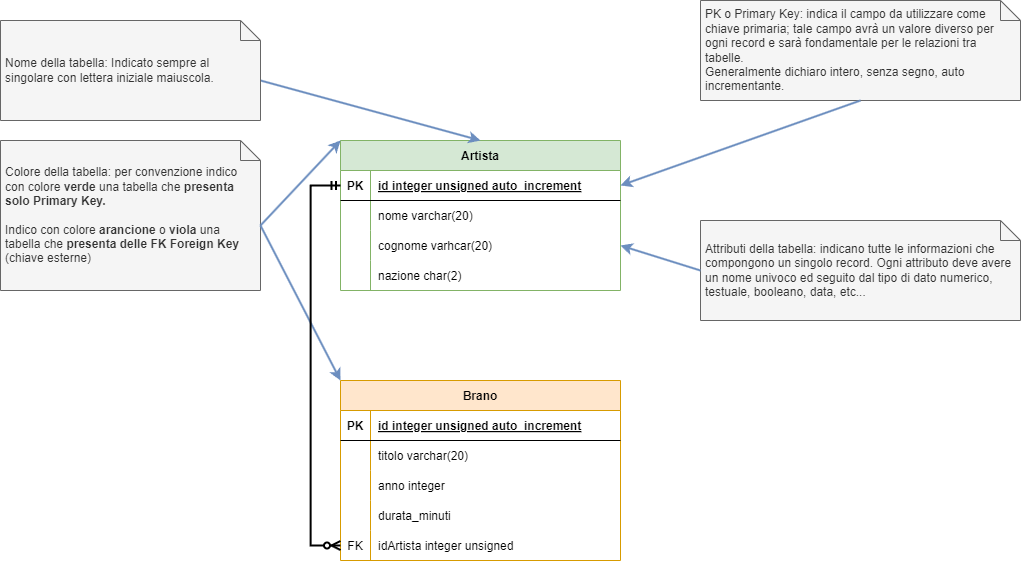
The draw.io diagram AS_2024_2025/5B-Informatica/UD 2 - mySQL Basic/diagramma.drawio.png in CescoP81/GalileiOstiglia, before a commit. Source tidied: cells renumbered, new cells last; positions are measured from the earlier drawing's top-left corner, leaving out a move shared by most shapes.
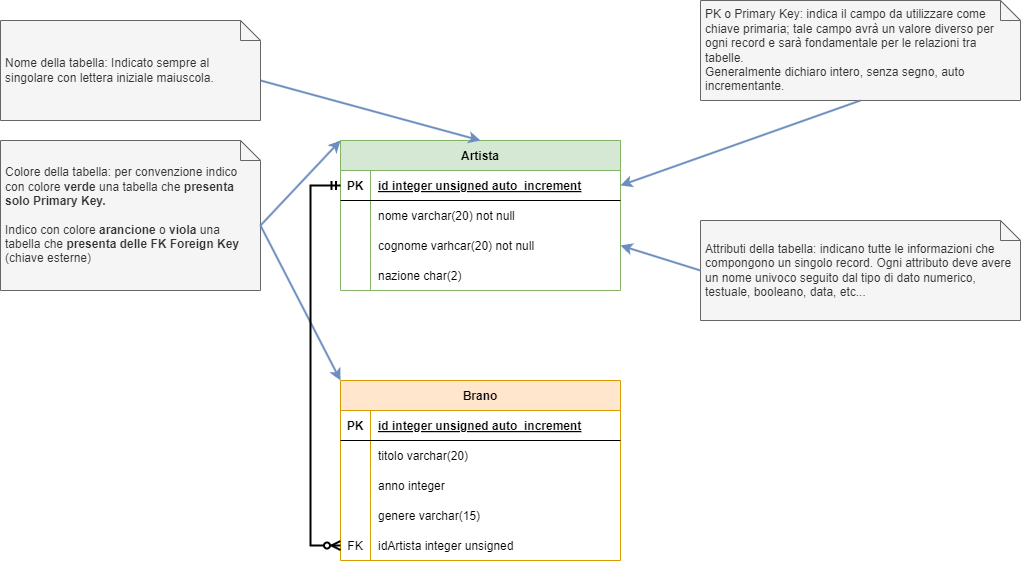
The same diagram one commit later.

What changed in the source:
```diff
@@ -20,7 +20,7 @@
     <mxCell id="7" style="shape=partialRectangle;fillColor=none;top=0;left=0;bottom=0;right=0;overflow=hidden;" parent="6" vertex="1">
       <mxGeometry width="30" height="30" as="geometry" />
     </mxCell>
-    <mxCell id="8" value="nome varchar(20)" style="shape=partialRectangle;fillColor=none;top=0;left=0;bottom=0;right=0;align=left;spacingLeft=6;overflow=hidden;" parent="6" vertex="1">
+    <mxCell id="8" value="nome varchar(20) not null" style="shape=partialRectangle;fillColor=none;top=0;left=0;bottom=0;right=0;align=left;spacingLeft=6;overflow=hidden;" parent="6" vertex="1">
       <mxGeometry x="30" width="250" height="30" as="geometry" />
     </mxCell>
     <mxCell id="9" style="shape=tableRow;horizontal=0;startSize=0;swimlaneHead=0;swimlaneBody=0;fillColor=none;points=[[0,0.5],[1,0.5]];portConstraint=eastwest;top=0;left=0;right=0;bottom=0;" parent="2" vertex="1">
@@ -29,7 +29,7 @@
     <mxCell id="10" style="shape=partialRectangle;fillColor=none;top=0;left=0;bottom=0;right=0;overflow=hidden;" parent="9" vertex="1">
       <mxGeometry width="30" height="30" as="geometry" />
     </mxCell>
-    <mxCell id="11" value="cognome varhcar(20)" style="shape=partialRectangle;fillColor=none;top=0;left=0;bottom=0;right=0;align=left;spacingLeft=6;overflow=hidden;" parent="9" vertex="1">
+    <mxCell id="11" value="cognome varhcar(20) not null" style="shape=partialRectangle;fillColor=none;top=0;left=0;bottom=0;right=0;align=left;spacingLeft=6;overflow=hidden;" parent="9" vertex="1">
       <mxGeometry x="30" width="250" height="30" as="geometry" />
     </mxCell>
     <mxCell id="12" style="shape=tableRow;horizontal=0;startSize=0;swimlaneHead=0;swimlaneBody=0;fillColor=none;top=0;left=0;right=0;bottom=0;" parent="2" vertex="1">
@@ -53,7 +53,7 @@
     <mxCell id="18" style="edgeStyle=none;html=1;exitX=0.5;exitY=1;exitDx=0;exitDy=0;exitPerimeter=0;entryX=1;entryY=0.5;entryDx=0;entryDy=0;strokeWidth=2;fillColor=#dae8fc;strokeColor=#6c8ebf;" parent="1" edge="1" source="17" target="3">
       <mxGeometry relative="1" as="geometry" />
     </mxCell>
-    <mxCell id="19" value="Attributi della tabella: indicano tutte le informazioni che compongono un singolo record. Ogni attributo deve avere un nome univoco ed seguito dal tipo di dato numerico, testuale, booleano, data, etc..." style="shape=note;size=20;whiteSpace=wrap;html=1;align=left;fillColor=#f5f5f5;strokeColor=#666666;fontColor=#333333;spacing=5;" parent="1" vertex="1">
+    <mxCell id="19" value="Attributi della tabella: indicano tutte le informazioni che compongono un singolo record. Ogni attributo deve avere un nome univoco seguito dal tipo di dato numerico, testuale, booleano, data, etc..." style="shape=note;size=20;whiteSpace=wrap;html=1;align=left;fillColor=#f5f5f5;strokeColor=#666666;fontColor=#333333;spacing=5;" parent="1" vertex="1">
       <mxGeometry x="700" y="220" width="320" height="100" as="geometry" />
     </mxCell>
     <mxCell id="20" style="edgeStyle=none;html=1;exitX=0;exitY=0.5;exitDx=0;exitDy=0;exitPerimeter=0;entryX=1;entryY=0.5;entryDx=0;entryDy=0;strokeWidth=2;fillColor=#dae8fc;strokeColor=#6c8ebf;" parent="1" edge="1" source="19" target="9">
@@ -101,7 +101,7 @@
     <mxCell id="34" style="shape=partialRectangle;fillColor=none;top=0;left=0;bottom=0;right=0;overflow=hidden;" parent="33" vertex="1">
       <mxGeometry width="30" height="30" as="geometry" />
     </mxCell>
-    <mxCell id="35" value="durata_minuti" style="shape=partialRectangle;fillColor=none;top=0;left=0;bottom=0;right=0;align=left;spacingLeft=6;overflow=hidden;" parent="33" vertex="1">
+    <mxCell id="35" value="genere varchar(15)" style="shape=partialRectangle;fillColor=none;top=0;left=0;bottom=0;right=0;align=left;spacingLeft=6;overflow=hidden;" parent="33" vertex="1">
       <mxGeometry x="30" width="250" height="30" as="geometry" />
     </mxCell>
     <mxCell id="36" style="shape=tableRow;horizontal=0;startSize=0;swimlaneHead=0;swimlaneBody=0;fillColor=none;points=[[0,0.5],[1,0.5]];portConstraint=eastwest;top=0;left=0;right=0;bottom=0;" parent="23" vertex="1">
```
